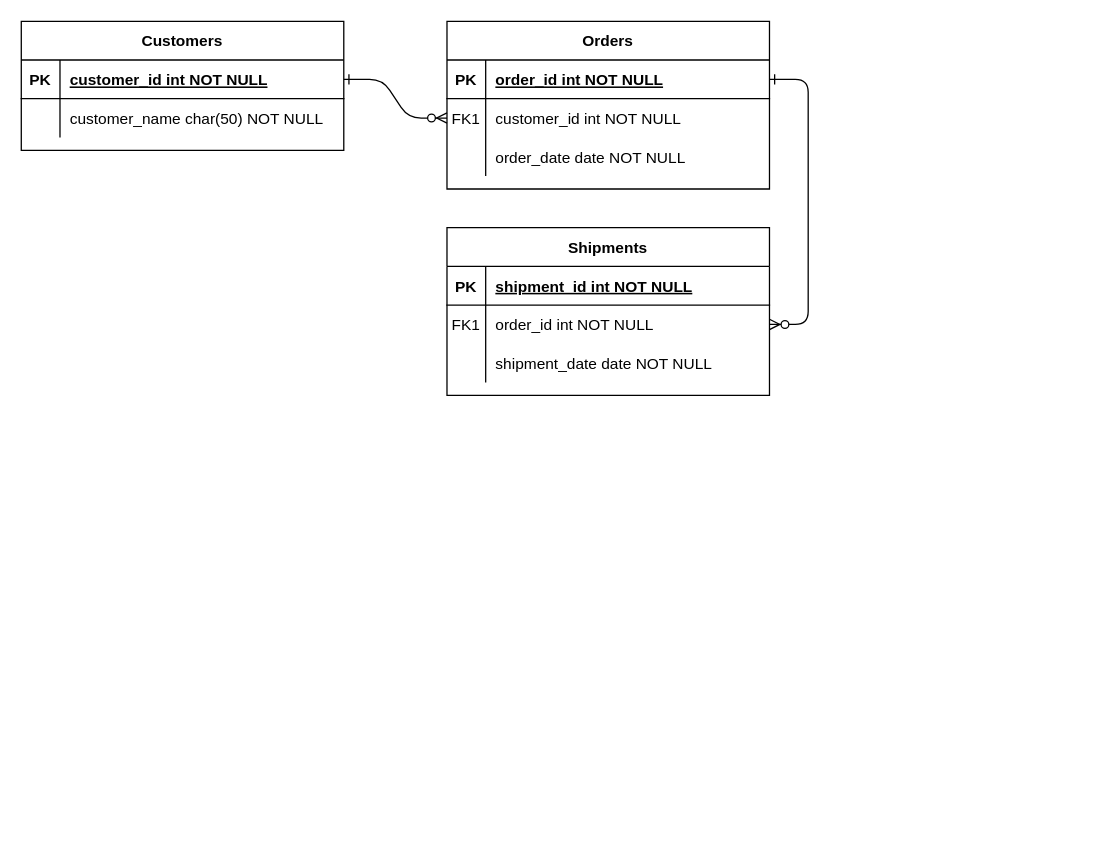
Earlier version of the draw.io diagram camfit.drawio (hyoungA/Algorithm). Source tidied: cells renumbered, new cells numbered last; positions are measured from the earlier drawing's top-left corner, leaving out a move shared by most shapes. Both pictures are drawn from the tidied source at 129%, with x=0, y=0 at pixel (21, 21).
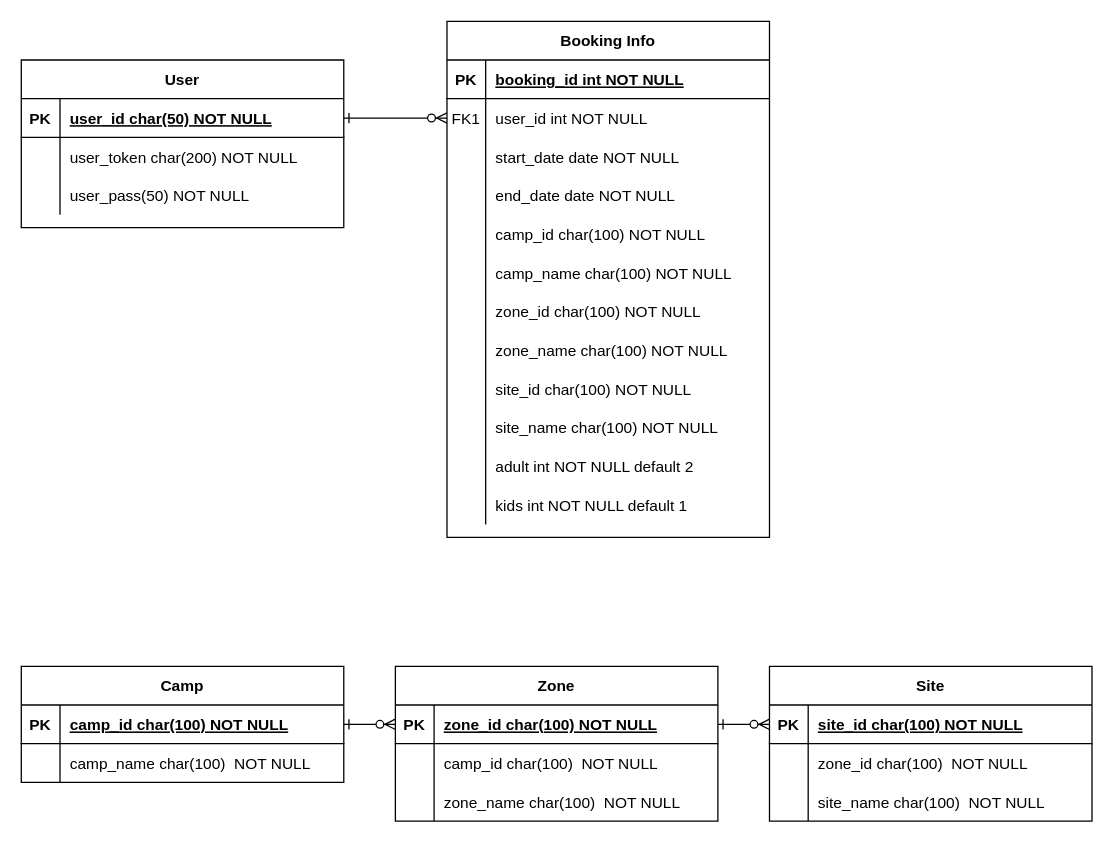
The same page after the edit.

Unchanged cells that the change refers to:
```xml
<mxCell id="5" style="shape=partialRectangle;fillColor=none;points=[[0,0.5],[1,0.5]];portConstraint=eastwest;top=0;left=0;right=0;bottom=1;" parent="4" vertex="1">
  <mxGeometry y="30" width="250" height="30" as="geometry" />
</mxCell>
<mxCell id="8" style="shape=partialRectangle;fillColor=none;points=[[0,0.5],[1,0.5]];portConstraint=eastwest;top=0;left=0;right=0;bottom=0;" parent="4" vertex="1">
  <mxGeometry y="60" width="250" height="30" as="geometry" />
</mxCell>
<mxCell id="11" style="shape=partialRectangle;fillColor=none;top=0;left=0;right=0;bottom=0;" parent="4" vertex="1">
  <mxGeometry y="90" width="250" height="30" as="geometry" />
</mxCell>
<mxCell id="15" style="shape=partialRectangle;fillColor=none;points=[[0,0.5],[1,0.5]];portConstraint=eastwest;top=0;left=0;right=0;bottom=1;" parent="14" vertex="1">
  <mxGeometry y="30" width="250" height="30" as="geometry" />
</mxCell>
<mxCell id="18" style="shape=partialRectangle;fillColor=none;points=[[0,0.5],[1,0.5]];portConstraint=eastwest;top=0;left=0;right=0;bottom=0;" parent="14" vertex="1">
  <mxGeometry y="60" width="250" height="30" as="geometry" />
</mxCell>
<mxCell id="25" style="shape=partialRectangle;fillColor=none;points=[[0,0.5],[1,0.5]];portConstraint=eastwest;top=0;left=0;right=0;bottom=1;" parent="24" vertex="1">
  <mxGeometry y="30" width="250" height="30" as="geometry" />
</mxCell>
<mxCell id="28" style="shape=partialRectangle;fillColor=none;top=0;left=0;right=0;bottom=0;" parent="24" vertex="1">
  <mxGeometry y="60" width="250" height="30" as="geometry" />
</mxCell>
```

What changed in the source:
```diff
@@
-    <mxCell id="3" style="edgeStyle=entityRelationEdgeStyle;endArrow=ERzeroToMany;startArrow=ERone;endFill=1;startFill=0;" parent="1" edge="1" source="5" target="18">
-      <mxGeometry relative="1" as="geometry" />
-    </mxCell>
-    <mxCell id="4" value="Orders" style="shape=table;startSize=30;childLayout=tableLayout;rowLines=0;fontStyle=1;align=center;" parent="1" vertex="1">
-      <mxGeometry x="330" width="250" height="130" as="geometry" />
+    <mxCell id="4" value="Booking Info" style="shape=table;startSize=30;childLayout=tableLayout;rowLines=0;fontStyle=1;align=center;" parent="1" vertex="1">
+      <mxGeometry x="330" width="250" height="400" as="geometry" />
     </mxCell>
@@
-    <mxCell id="7" value="order_id int NOT NULL " style="shape=partialRectangle;overflow=hidden;fillColor=none;top=0;left=0;bottom=0;right=0;align=left;spacingLeft=6;fontStyle=5;" parent="5" vertex="1">
+    <mxCell id="7" value="booking_id int NOT NULL " style="shape=partialRectangle;overflow=hidden;fillColor=none;top=0;left=0;bottom=0;right=0;align=left;spacingLeft=6;fontStyle=5;" parent="5" vertex="1">
       <mxGeometry x="30" width="220" height="30" as="geometry" />
     </mxCell>
@@
-    <mxCell id="10" value="customer_id int NOT NULL" style="shape=partialRectangle;overflow=hidden;fillColor=none;top=0;left=0;bottom=0;right=0;align=left;spacingLeft=6;" parent="8" vertex="1">
+    <mxCell id="10" value="user_id int NOT NULL" style="shape=partialRectangle;overflow=hidden;fillColor=none;top=0;left=0;bottom=0;right=0;align=left;spacingLeft=6;" parent="8" vertex="1">
       <mxGeometry x="30" width="220" height="30" as="geometry" />
     </mxCell>
@@
-    <mxCell id="13" value="order_date date NOT NULL" style="shape=partialRectangle;overflow=hidden;fillColor=none;top=0;left=0;bottom=0;right=0;align=left;spacingLeft=6;" parent="11" vertex="1">
+    <mxCell id="13" value="start_date date NOT NULL" style="shape=partialRectangle;overflow=hidden;fillColor=none;top=0;left=0;bottom=0;right=0;align=left;spacingLeft=6;" parent="11" vertex="1">
       <mxGeometry x="30" width="220" height="30" as="geometry" />
     </mxCell>
+    <mxCell id="31" style="shape=partialRectangle;fillColor=none;top=0;left=0;right=0;bottom=0;" parent="4" vertex="1">
+      <mxGeometry y="120" width="250" height="30" as="geometry" />
+    </mxCell>
+    <mxCell id="32" style="shape=partialRectangle;overflow=hidden;fillColor=none;top=0;left=0;bottom=0;right=0;" parent="31" vertex="1">
+      <mxGeometry width="30" height="30" as="geometry" />
+    </mxCell>
+    <mxCell id="33" value="end_date date NOT NULL" style="shape=partialRectangle;overflow=hidden;fillColor=none;top=0;left=0;bottom=0;right=0;align=left;spacingLeft=6;" parent="31" vertex="1">
+      <mxGeometry x="30" width="220" height="30" as="geometry" />
+    </mxCell>
+    <mxCell id="34" style="shape=partialRectangle;fillColor=none;top=0;left=0;right=0;bottom=0;" parent="4" vertex="1">
+      <mxGeometry y="150" width="250" height="30" as="geometry" />
+    </mxCell>
+    <mxCell id="35" style="shape=partialRectangle;overflow=hidden;fillColor=none;top=0;left=0;bottom=0;right=0;" parent="34" vertex="1">
+      <mxGeometry width="30" height="30" as="geometry" />
+    </mxCell>
+    <mxCell id="36" value="camp_id char(100) NOT NULL" style="shape=partialRectangle;overflow=hidden;fillColor=none;top=0;left=0;bottom=0;right=0;align=left;spacingLeft=6;" parent="34" vertex="1">
+      <mxGeometry x="30" width="220" height="30" as="geometry" />
+    </mxCell>
+    <mxCell id="37" style="shape=partialRectangle;fillColor=none;top=0;left=0;right=0;bottom=0;" parent="4" vertex="1">
+      <mxGeometry y="180" width="250" height="30" as="geometry" />
+    </mxCell>
+    <mxCell id="38" style="shape=partialRectangle;overflow=hidden;fillColor=none;top=0;left=0;bottom=0;right=0;" parent="37" vertex="1">
+      <mxGeometry width="30" height="30" as="geometry" />
+    </mxCell>
+    <mxCell id="39" value="camp_name char(100) NOT NULL" style="shape=partialRectangle;overflow=hidden;fillColor=none;top=0;left=0;bottom=0;right=0;align=left;spacingLeft=6;" parent="37" vertex="1">
+      <mxGeometry x="30" width="220" height="30" as="geometry" />
+    </mxCell>
+    <mxCell id="40" style="shape=partialRectangle;fillColor=none;top=0;left=0;right=0;bottom=0;" parent="4" vertex="1">
+      <mxGeometry y="210" width="250" height="30" as="geometry" />
+    </mxCell>
+    <mxCell id="41" style="shape=partialRectangle;overflow=hidden;fillColor=none;top=0;left=0;bottom=0;right=0;" parent="40" vertex="1">
+      <mxGeometry width="30" height="30" as="geometry" />
+    </mxCell>
+    <mxCell id="42" value="zone_id char(100) NOT NULL" style="shape=partialRectangle;overflow=hidden;fillColor=none;top=0;left=0;bottom=0;right=0;align=left;spacingLeft=6;" parent="40" vertex="1">
+      <mxGeometry x="30" width="220" height="30" as="geometry" />
+    </mxCell>
+    <mxCell id="43" style="shape=partialRectangle;fillColor=none;top=0;left=0;right=0;bottom=0;" parent="4" vertex="1">
+      <mxGeometry y="240" width="250" height="30" as="geometry" />
+    </mxCell>
+    <mxCell id="44" style="shape=partialRectangle;overflow=hidden;fillColor=none;top=0;left=0;bottom=0;right=0;" parent="43" vertex="1">
+      <mxGeometry width="30" height="30" as="geometry" />
+    </mxCell>
+    <mxCell id="45" value="zone_name char(100) NOT NULL" style="shape=partialRectangle;overflow=hidden;fillColor=none;top=0;left=0;bottom=0;right=0;align=left;spacingLeft=6;" parent="43" vertex="1">
+      <mxGeometry x="30" width="220" height="30" as="geometry" />
+    </mxCell>
+    <mxCell id="46" style="shape=partialRectangle;fillColor=none;top=0;left=0;right=0;bottom=0;" parent="4" vertex="1">
+      <mxGeometry y="270" width="250" height="30" as="geometry" />
+    </mxCell>
+    <mxCell id="47" style="shape=partialRectangle;overflow=hidden;fillColor=none;top=0;left=0;bottom=0;right=0;" parent="46" vertex="1">
+      <mxGeometry width="30" height="30" as="geometry" />
+    </mxCell>
+    <mxCell id="48" value="site_id char(100) NOT NULL" style="shape=partialRectangle;overflow=hidden;fillColor=none;top=0;left=0;bottom=0;right=0;align=left;spacingLeft=6;" parent="46" vertex="1">
+      <mxGeometry x="30" width="220" height="30" as="geometry" />
+    </mxCell>
+    <mxCell id="49" style="shape=partialRectangle;fillColor=none;top=0;left=0;right=0;bottom=0;" parent="4" vertex="1">
+      <mxGeometry y="300" width="250" height="30" as="geometry" />
+    </mxCell>
+    <mxCell id="50" style="shape=partialRectangle;overflow=hidden;fillColor=none;top=0;left=0;bottom=0;right=0;" parent="49" vertex="1">
+      <mxGeometry width="30" height="30" as="geometry" />
+    </mxCell>
+    <mxCell id="51" value="site_name char(100) NOT NULL" style="shape=partialRectangle;overflow=hidden;fillColor=none;top=0;left=0;bottom=0;right=0;align=left;spacingLeft=6;" parent="49" vertex="1">
+      <mxGeometry x="30" width="220" height="30" as="geometry" />
+    </mxCell>
+    <mxCell id="52" style="shape=partialRectangle;fillColor=none;top=0;left=0;right=0;bottom=0;" parent="4" vertex="1">
+      <mxGeometry y="330" width="250" height="30" as="geometry" />
+    </mxCell>
+    <mxCell id="53" style="shape=partialRectangle;overflow=hidden;fillColor=none;top=0;left=0;bottom=0;right=0;" parent="52" vertex="1">
+      <mxGeometry width="30" height="30" as="geometry" />
+    </mxCell>
+    <mxCell id="54" value="adult int NOT NULL default 2" style="shape=partialRectangle;overflow=hidden;fillColor=none;top=0;left=0;bottom=0;right=0;align=left;spacingLeft=6;" parent="52" vertex="1">
+      <mxGeometry x="30" width="220" height="30" as="geometry" />
+    </mxCell>
+    <mxCell id="55" style="shape=partialRectangle;fillColor=none;top=0;left=0;right=0;bottom=0;" parent="4" vertex="1">
+      <mxGeometry y="360" width="250" height="30" as="geometry" />
+    </mxCell>
+    <mxCell id="56" style="shape=partialRectangle;overflow=hidden;fillColor=none;top=0;left=0;bottom=0;right=0;" parent="55" vertex="1">
+      <mxGeometry width="30" height="30" as="geometry" />
+    </mxCell>
+    <mxCell id="57" value="kids int NOT NULL default 1" style="shape=partialRectangle;overflow=hidden;fillColor=none;top=0;left=0;bottom=0;right=0;align=left;spacingLeft=6;" parent="55" vertex="1">
+      <mxGeometry x="30" width="220" height="30" as="geometry" />
+    </mxCell>
-    <mxCell id="14" value="Shipments" style="shape=table;startSize=30;childLayout=tableLayout;rowLines=0;fontStyle=1;align=center;" parent="1" vertex="1">
-      <mxGeometry x="330" y="160" width="250" height="130" as="geometry" />
+    <mxCell id="14" value="Camp" style="shape=table;startSize=30;childLayout=tableLayout;rowLines=0;fontStyle=1;align=center;" parent="1" vertex="1">
+      <mxGeometry y="500" width="250" height="90" as="geometry" />
     </mxCell>
@@
-    <mxCell id="17" value="shipment_id int NOT NULL " style="shape=partialRectangle;overflow=hidden;fillColor=none;top=0;left=0;bottom=0;right=0;align=left;spacingLeft=6;fontStyle=5;" parent="15" vertex="1">
+    <mxCell id="17" value="camp_id char(100) NOT NULL " style="shape=partialRectangle;overflow=hidden;fillColor=none;top=0;left=0;bottom=0;right=0;align=left;spacingLeft=6;fontStyle=5;" parent="15" vertex="1">
       <mxGeometry x="30" width="220" height="30" as="geometry" />
     </mxCell>
@@
-    <mxCell id="19" value="FK1" style="shape=partialRectangle;overflow=hidden;fillColor=none;top=0;left=0;bottom=0;right=0;" parent="18" vertex="1">
+    <mxCell id="19" style="shape=partialRectangle;overflow=hidden;fillColor=none;top=0;left=0;bottom=0;right=0;" parent="18" vertex="1">
       <mxGeometry width="30" height="30" as="geometry" />
     </mxCell>
-    <mxCell id="20" value="order_id int NOT NULL" style="shape=partialRectangle;overflow=hidden;fillColor=none;top=0;left=0;bottom=0;right=0;align=left;spacingLeft=6;" parent="18" vertex="1">
+    <mxCell id="20" value="camp_name char(100)  NOT NULL" style="shape=partialRectangle;overflow=hidden;fillColor=none;top=0;left=0;bottom=0;right=0;align=left;spacingLeft=6;" parent="18" vertex="1">
       <mxGeometry x="30" width="220" height="30" as="geometry" />
     </mxCell>
-    <mxCell id="21" style="shape=partialRectangle;fillColor=none;top=0;left=0;right=0;bottom=0;" parent="14" vertex="1">
-      <mxGeometry y="90" width="250" height="30" as="geometry" />
-    </mxCell>
-    <mxCell id="22" style="shape=partialRectangle;overflow=hidden;fillColor=none;top=0;left=0;bottom=0;right=0;" parent="21" vertex="1">
-      <mxGeometry width="30" height="30" as="geometry" />
-    </mxCell>
-    <mxCell id="23" value="shipment_date date NOT NULL" style="shape=partialRectangle;overflow=hidden;fillColor=none;top=0;left=0;bottom=0;right=0;align=left;spacingLeft=6;" parent="21" vertex="1">
-      <mxGeometry x="30" width="220" height="30" as="geometry" />
-    </mxCell>
-    <mxCell id="24" value="Customers" style="shape=table;startSize=30;childLayout=tableLayout;rowLines=0;fontStyle=1;align=center;" parent="1" vertex="1">
-      <mxGeometry width="250" height="100" as="geometry" />
+    <mxCell id="24" value="User" style="shape=table;startSize=30;childLayout=tableLayout;rowLines=0;fontStyle=1;align=center;" parent="1" vertex="1">
+      <mxGeometry y="30" width="250" height="130" as="geometry" />
     </mxCell>
@@
-    <mxCell id="27" value="customer_id int NOT NULL " style="shape=partialRectangle;overflow=hidden;fillColor=none;top=0;left=0;bottom=0;right=0;align=left;spacingLeft=6;fontStyle=5;" parent="25" vertex="1">
+    <mxCell id="27" value="user_id char(50) NOT NULL " style="shape=partialRectangle;overflow=hidden;fillColor=none;top=0;left=0;bottom=0;right=0;align=left;spacingLeft=6;fontStyle=5;" parent="25" vertex="1">
       <mxGeometry x="30" width="220" height="30" as="geometry" />
     </mxCell>
@@
-    <mxCell id="30" value="customer_name char(50) NOT NULL" style="shape=partialRectangle;overflow=hidden;fillColor=none;top=0;left=0;bottom=0;right=0;align=left;spacingLeft=6;" parent="28" vertex="1">
+    <mxCell id="30" value="user_token char(200) NOT NULL" style="shape=partialRectangle;overflow=hidden;fillColor=none;top=0;left=0;bottom=0;right=0;align=left;spacingLeft=6;" parent="28" vertex="1">
       <mxGeometry x="30" width="220" height="30" as="geometry" />
     </mxCell>
+    <mxCell id="58" style="shape=partialRectangle;fillColor=none;top=0;left=0;right=0;bottom=0;" parent="24" vertex="1">
+      <mxGeometry y="90" width="250" height="30" as="geometry" />
+    </mxCell>
+    <mxCell id="59" style="shape=partialRectangle;overflow=hidden;fillColor=none;top=0;left=0;bottom=0;right=0;" parent="58" vertex="1">
+      <mxGeometry width="30" height="30" as="geometry" />
+    </mxCell>
+    <mxCell id="60" value="user_pass(50) NOT NULL" style="shape=partialRectangle;overflow=hidden;fillColor=none;top=0;left=0;bottom=0;right=0;align=left;spacingLeft=6;" parent="58" vertex="1">
+      <mxGeometry x="30" width="220" height="30" as="geometry" />
+    </mxCell>
+    <mxCell id="61" value="Zone" style="shape=table;startSize=30;childLayout=tableLayout;rowLines=0;fontStyle=1;align=center;" parent="1" vertex="1">
+      <mxGeometry x="290" y="500" width="250" height="120" as="geometry" />
+    </mxCell>
+    <mxCell id="62" style="shape=partialRectangle;fillColor=none;points=[[0,0.5],[1,0.5]];portConstraint=eastwest;top=0;left=0;right=0;bottom=1;" parent="61" vertex="1">
+      <mxGeometry y="30" width="250" height="30" as="geometry" />
+    </mxCell>
+    <mxCell id="63" value="PK" style="shape=partialRectangle;overflow=hidden;fillColor=none;top=0;left=0;bottom=0;right=0;fontStyle=1;" parent="62" vertex="1">
+      <mxGeometry width="30" height="30" as="geometry" />
+    </mxCell>
+    <mxCell id="64" value="zone_id char(100) NOT NULL " style="shape=partialRectangle;overflow=hidden;fillColor=none;top=0;left=0;bottom=0;right=0;align=left;spacingLeft=6;fontStyle=5;" parent="62" vertex="1">
+      <mxGeometry x="30" width="220" height="30" as="geometry" />
+    </mxCell>
+    <mxCell id="65" style="shape=partialRectangle;fillColor=none;top=0;left=0;right=0;bottom=0;" parent="61" vertex="1">
+      <mxGeometry y="60" width="250" height="30" as="geometry" />
+    </mxCell>
+    <mxCell id="66" style="shape=partialRectangle;overflow=hidden;fillColor=none;top=0;left=0;bottom=0;right=0;" parent="65" vertex="1">
+      <mxGeometry width="30" height="30" as="geometry" />
+    </mxCell>
+    <mxCell id="67" value="camp_id char(100)  NOT NULL" style="shape=partialRectangle;overflow=hidden;fillColor=none;top=0;left=0;bottom=0;right=0;align=left;spacingLeft=6;" parent="65" vertex="1">
+      <mxGeometry x="30" width="220" height="30" as="geometry" />
+    </mxCell>
+    <mxCell id="68" style="shape=partialRectangle;fillColor=none;top=0;left=0;right=0;bottom=0;" parent="61" vertex="1">
+      <mxGeometry y="90" width="250" height="30" as="geometry" />
+    </mxCell>
+    <mxCell id="69" style="shape=partialRectangle;overflow=hidden;fillColor=none;top=0;left=0;bottom=0;right=0;" parent="68" vertex="1">
+      <mxGeometry width="30" height="30" as="geometry" />
+    </mxCell>
+    <mxCell id="70" value="zone_name char(100)  NOT NULL" style="shape=partialRectangle;overflow=hidden;fillColor=none;top=0;left=0;bottom=0;right=0;align=left;spacingLeft=6;" parent="68" vertex="1">
+      <mxGeometry x="30" width="220" height="30" as="geometry" />
+    </mxCell>
+    <mxCell id="71" value="Site" style="shape=table;startSize=30;childLayout=tableLayout;rowLines=0;fontStyle=1;align=center;" parent="1" vertex="1">
+      <mxGeometry x="580" y="500" width="250" height="120" as="geometry" />
+    </mxCell>
+    <mxCell id="72" style="shape=partialRectangle;fillColor=none;points=[[0,0.5],[1,0.5]];portConstraint=eastwest;top=0;left=0;right=0;bottom=1;" parent="71" vertex="1">
+      <mxGeometry y="30" width="250" height="30" as="geometry" />
+    </mxCell>
+    <mxCell id="73" value="PK" style="shape=partialRectangle;overflow=hidden;fillColor=none;top=0;left=0;bottom=0;right=0;fontStyle=1;" parent="72" vertex="1">
+      <mxGeometry width="30" height="30" as="geometry" />
+    </mxCell>
+    <mxCell id="74" value="site_id char(100) NOT NULL " style="shape=partialRectangle;overflow=hidden;fillColor=none;top=0;left=0;bottom=0;right=0;align=left;spacingLeft=6;fontStyle=5;" parent="72" vertex="1">
+      <mxGeometry x="30" width="220" height="30" as="geometry" />
+    </mxCell>
+    <mxCell id="75" style="shape=partialRectangle;fillColor=none;top=0;left=0;right=0;bottom=0;" parent="71" vertex="1">
+      <mxGeometry y="60" width="250" height="30" as="geometry" />
+    </mxCell>
+    <mxCell id="76" style="shape=partialRectangle;overflow=hidden;fillColor=none;top=0;left=0;bottom=0;right=0;" parent="75" vertex="1">
+      <mxGeometry width="30" height="30" as="geometry" />
+    </mxCell>
+    <mxCell id="77" value="zone_id char(100)  NOT NULL" style="shape=partialRectangle;overflow=hidden;fillColor=none;top=0;left=0;bottom=0;right=0;align=left;spacingLeft=6;" parent="75" vertex="1">
+      <mxGeometry x="30" width="220" height="30" as="geometry" />
+    </mxCell>
+    <mxCell id="78" style="shape=partialRectangle;fillColor=none;top=0;left=0;right=0;bottom=0;" parent="71" vertex="1">
+      <mxGeometry y="90" width="250" height="30" as="geometry" />
+    </mxCell>
+    <mxCell id="79" style="shape=partialRectangle;overflow=hidden;fillColor=none;top=0;left=0;bottom=0;right=0;" parent="78" vertex="1">
+      <mxGeometry width="30" height="30" as="geometry" />
+    </mxCell>
+    <mxCell id="80" value="site_name char(100)  NOT NULL" style="shape=partialRectangle;overflow=hidden;fillColor=none;top=0;left=0;bottom=0;right=0;align=left;spacingLeft=6;" parent="78" vertex="1">
+      <mxGeometry x="30" width="220" height="30" as="geometry" />
+    </mxCell>
+    <mxCell id="81" style="edgeStyle=entityRelationEdgeStyle;endArrow=ERzeroToMany;startArrow=ERone;endFill=1;startFill=0;exitX=1;exitY=0.5;exitDx=0;exitDy=0;" parent="1" edge="1" source="15" target="62">
+      <mxGeometry relative="1" as="geometry" />
+    </mxCell>
+    <mxCell id="82" style="edgeStyle=entityRelationEdgeStyle;endArrow=ERzeroToMany;startArrow=ERone;endFill=1;startFill=0;exitX=1;exitY=0.5;exitDx=0;exitDy=0;entryX=0;entryY=0.5;entryDx=0;entryDy=0;" parent="1" edge="1" source="62" target="72">
+      <mxGeometry relative="1" as="geometry" />
+    </mxCell>
```
